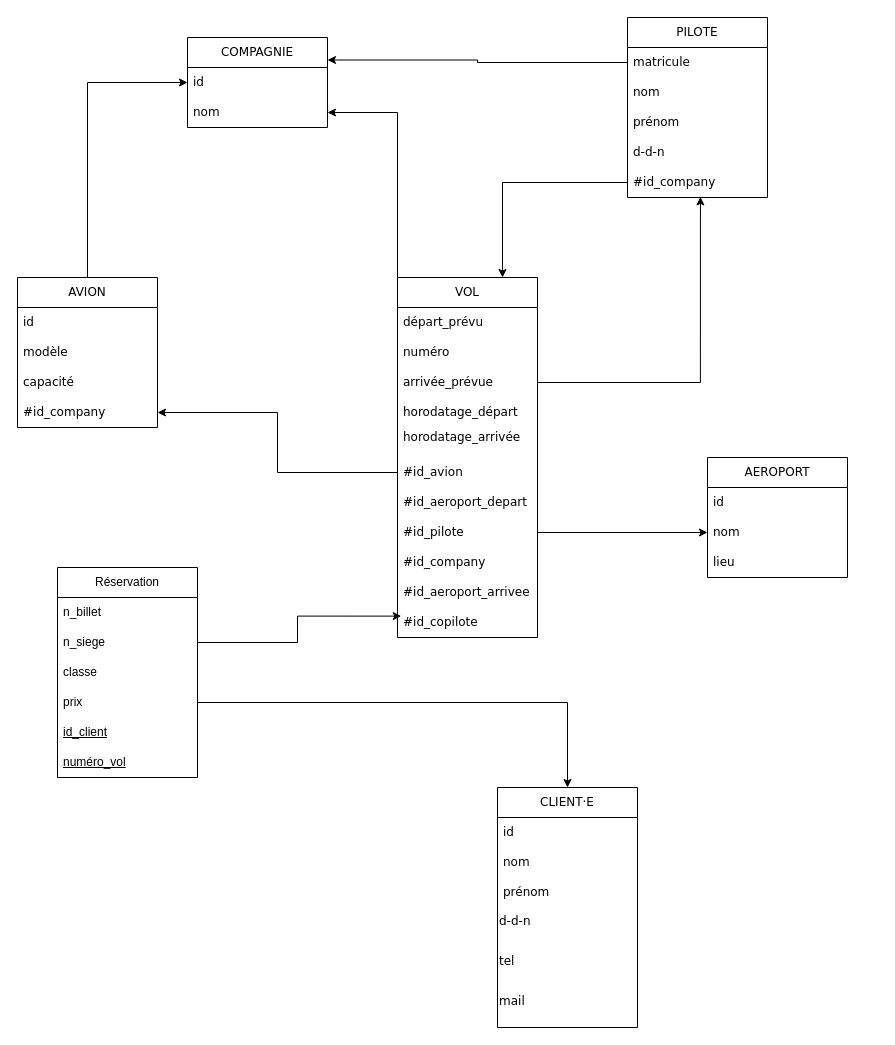
Earlier version of the draw.io diagram admin/Diagramme sans nom.drawio (Felania-f/supercar). Source tidied: cells renumbered, new cells numbered last; positions are measured from the earlier drawing's top-left corner, leaving out a move shared by most shapes. Both pictures are drawn from the tidied source at 100%, with x=0, y=0 at pixel (17, 17).
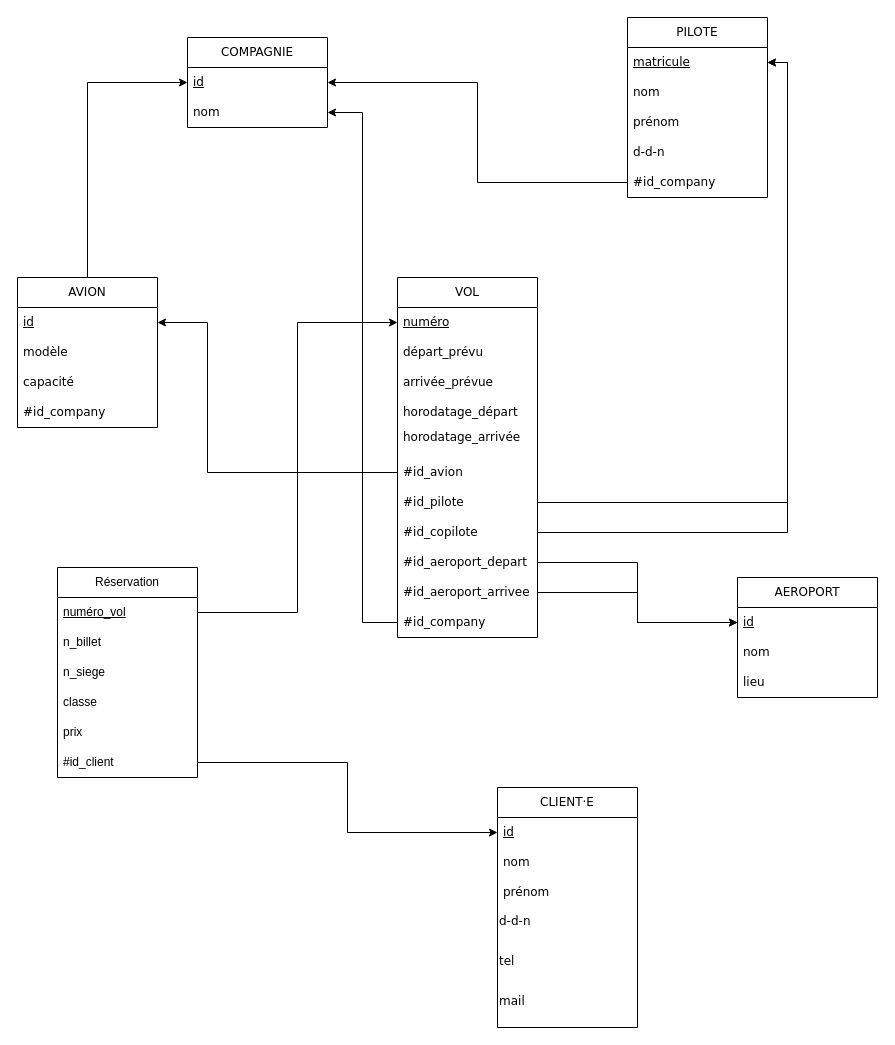
The same diagram, later.

Commit message (it also covers changes not shown here):
Mettre à jour Diagramme sans nom.drawio

The change refers to these unchanged cells:
```xml
<mxCell id="3" value="&lt;span style=&quot;font-family: Verdana; text-align: start; text-wrap: nowrap;&quot;&gt;VOL&lt;/span&gt;" style="swimlane;fontStyle=0;horizontal=1;startSize=30;whiteSpace=wrap;html=1;" parent="1" vertex="1">
  <mxGeometry x="380" y="260" width="140" height="360" as="geometry" />
</mxCell>
<mxCell id="6" value="&lt;span style=&quot;font-family: Verdana; text-wrap: nowrap;&quot;&gt;arrivée_prévue&lt;/span&gt;" style="text;strokeColor=none;fillColor=none;align=left;verticalAlign=middle;spacingLeft=4;spacingRight=4;overflow=hidden;points=[[0,0.5],[1,0.5]];portConstraint=eastwest;whiteSpace=wrap;html=1;" parent="3" vertex="1">
  <mxGeometry y="90" width="140" height="30" as="geometry" />
</mxCell>
<mxCell id="9" value="&lt;div&gt;&lt;font face=&quot;Verdana&quot;&gt;&lt;span style=&quot;text-wrap: nowrap;&quot;&gt;#id_avion&lt;/span&gt;&lt;/font&gt;&lt;/div&gt;" style="text;strokeColor=none;fillColor=none;align=left;verticalAlign=middle;spacingLeft=4;spacingRight=4;overflow=hidden;points=[[0,0.5],[1,0.5]];portConstraint=eastwest;whiteSpace=wrap;html=1;" parent="3" vertex="1">
  <mxGeometry y="180" width="140" height="30" as="geometry" />
</mxCell>
<mxCell id="15" value="&lt;span style=&quot;font-family: Verdana; text-align: start; text-wrap: nowrap;&quot;&gt;COMPAGNIE&lt;/span&gt;" style="swimlane;fontStyle=0;horizontal=1;startSize=30;whiteSpace=wrap;html=1;" parent="1" vertex="1">
  <mxGeometry x="170" y="20" width="140" height="90" as="geometry" />
</mxCell>
<mxCell id="17" value="&lt;span style=&quot;font-family: Verdana; text-wrap: nowrap;&quot;&gt;nom&lt;/span&gt;" style="text;strokeColor=none;fillColor=none;align=left;verticalAlign=middle;spacingLeft=4;spacingRight=4;overflow=hidden;points=[[0,0.5],[1,0.5]];portConstraint=eastwest;whiteSpace=wrap;html=1;" parent="15" vertex="1">
  <mxGeometry y="60" width="140" height="30" as="geometry" />
</mxCell>
<mxCell id="18" value="&lt;span style=&quot;font-family: Verdana; text-align: start; text-wrap: nowrap;&quot;&gt;PILOTE&lt;/span&gt;" style="swimlane;fontStyle=0;horizontal=1;startSize=30;whiteSpace=wrap;html=1;" parent="1" vertex="1">
  <mxGeometry x="610" width="140" height="180" as="geometry" />
</mxCell>
<mxCell id="23" value="&lt;font face=&quot;Verdana&quot;&gt;&lt;span style=&quot;text-wrap: nowrap;&quot;&gt;#id_company&lt;/span&gt;&lt;/font&gt;" style="text;strokeColor=none;fillColor=none;align=left;verticalAlign=middle;spacingLeft=4;spacingRight=4;overflow=hidden;points=[[0,0.5],[1,0.5]];portConstraint=eastwest;whiteSpace=wrap;html=1;" parent="18" vertex="1">
  <mxGeometry y="150" width="140" height="30" as="geometry" />
</mxCell>
<mxCell id="25" value="&lt;span style=&quot;font-family: Verdana; text-align: start; text-wrap: nowrap;&quot;&gt;AVION&lt;/span&gt;" style="swimlane;fontStyle=0;horizontal=1;startSize=30;whiteSpace=wrap;html=1;" parent="1" vertex="1">
  <mxGeometry y="260" width="140" height="150" as="geometry" />
</mxCell>
<mxCell id="29" value="&lt;font face=&quot;Verdana&quot;&gt;&lt;span style=&quot;text-wrap: nowrap;&quot;&gt;#id_company&lt;/span&gt;&lt;/font&gt;" style="text;strokeColor=none;fillColor=none;align=left;verticalAlign=middle;spacingLeft=4;spacingRight=4;overflow=hidden;points=[[0,0.5],[1,0.5]];portConstraint=eastwest;whiteSpace=wrap;html=1;" parent="25" vertex="1">
  <mxGeometry y="120" width="140" height="30" as="geometry" />
</mxCell>
<mxCell id="30" value="&lt;span style=&quot;font-family: Verdana; text-align: start; text-wrap: nowrap;&quot;&gt;CLIENT·E&lt;/span&gt;" style="swimlane;fontStyle=0;horizontal=1;startSize=30;whiteSpace=wrap;html=1;" parent="1" vertex="1">
  <mxGeometry x="480" y="770" width="140" height="240" as="geometry" />
</mxCell>
<mxCell id="39" value="&lt;span style=&quot;font-family: Verdana; text-wrap: nowrap;&quot;&gt;nom&lt;/span&gt;" style="text;strokeColor=none;fillColor=none;align=left;verticalAlign=middle;spacingLeft=4;spacingRight=4;overflow=hidden;points=[[0,0.5],[1,0.5]];portConstraint=eastwest;whiteSpace=wrap;html=1;" parent="37" vertex="1">
  <mxGeometry y="60" width="140" height="30" as="geometry" />
</mxCell>
<mxCell id="41" value="Réservation" style="swimlane;fontStyle=0;horizontal=1;startSize=30;whiteSpace=wrap;html=1;" parent="1" vertex="1">
  <mxGeometry x="40" y="550" width="140" height="210" as="geometry" />
</mxCell>
```

What changed in the source:
```diff
@@
-    <mxCell id="2" style="edgeStyle=orthogonalEdgeStyle;rounded=0;jettySize=auto;html=1;exitX=0;exitY=0;exitDx=0;exitDy=0;entryX=1;entryY=0.5;entryDx=0;entryDy=0;" parent="1" edge="1" source="3" target="17">
+    <mxCell id="2" style="edgeStyle=orthogonalEdgeStyle;rounded=0;jettySize=auto;html=1;exitX=0;exitY=0.5;exitDx=0;exitDy=0;entryX=1;entryY=0.5;entryDx=0;entryDy=0;" parent="1" edge="1" source="12" target="17">
       <mxGeometry relative="1" as="geometry" />
     </mxCell>
@@
+    <mxCell id="5" value="&lt;span style=&quot;font-family: Verdana; text-wrap: nowrap;&quot;&gt;&lt;u&gt;numéro&lt;/u&gt;&lt;/span&gt;" style="text;strokeColor=none;fillColor=none;align=left;verticalAlign=middle;spacingLeft=4;spacingRight=4;overflow=hidden;points=[[0,0.5],[1,0.5]];portConstraint=eastwest;whiteSpace=wrap;html=1;" parent="3" vertex="1">
+      <mxGeometry y="30" width="140" height="30" as="geometry" />
+    </mxCell>
     <mxCell id="4" value="&lt;span style=&quot;font-family: Verdana; text-wrap: nowrap;&quot;&gt;départ_prévu&lt;/span&gt;" style="text;strokeColor=none;fillColor=none;align=left;verticalAlign=middle;spacingLeft=4;spacingRight=4;overflow=hidden;whiteSpace=wrap;html=1;" parent="3" vertex="1">
-      <mxGeometry y="30" width="140" height="30" as="geometry" />
+      <mxGeometry y="60" width="140" height="30" as="geometry" />
     </mxCell>
-    <mxCell id="5" value="&lt;span style=&quot;font-family: Verdana; text-wrap: nowrap;&quot;&gt;numéro&lt;/span&gt;" style="text;strokeColor=none;fillColor=none;align=left;verticalAlign=middle;spacingLeft=4;spacingRight=4;overflow=hidden;points=[[0,0.5],[1,0.5]];portConstraint=eastwest;whiteSpace=wrap;html=1;" parent="3" vertex="1">
-      <mxGeometry y="60" width="140" height="30" as="geometry" />
-    </mxCell>
@@
+    <mxCell id="11" value="&lt;font face=&quot;Verdana&quot;&gt;&lt;span style=&quot;text-wrap: nowrap;&quot;&gt;#id_pilote&lt;/span&gt;&lt;/font&gt;" style="text;strokeColor=none;fillColor=none;align=left;verticalAlign=middle;spacingLeft=4;spacingRight=4;overflow=hidden;points=[[0,0.5],[1,0.5]];portConstraint=eastwest;whiteSpace=wrap;html=1;" parent="3" vertex="1">
+      <mxGeometry y="210" width="140" height="30" as="geometry" />
+    </mxCell>
+    <mxCell id="14" value="&lt;font face=&quot;Verdana&quot;&gt;&lt;span style=&quot;text-wrap: nowrap;&quot;&gt;#id_copilote&lt;/span&gt;&lt;/font&gt;" style="text;strokeColor=none;fillColor=none;align=left;verticalAlign=middle;spacingLeft=4;spacingRight=4;overflow=hidden;points=[[0,0.5],[1,0.5]];portConstraint=eastwest;whiteSpace=wrap;html=1;" parent="3" vertex="1">
+      <mxGeometry y="240" width="140" height="30" as="geometry" />
+    </mxCell>
     <mxCell id="10" value="&lt;font face=&quot;Verdana&quot;&gt;&lt;span style=&quot;text-wrap: nowrap;&quot;&gt;#id_aeroport_depart&lt;/span&gt;&lt;/font&gt;" style="text;strokeColor=none;fillColor=none;align=left;verticalAlign=middle;spacingLeft=4;spacingRight=4;overflow=hidden;points=[[0,0.5],[1,0.5]];portConstraint=eastwest;whiteSpace=wrap;html=1;" parent="3" vertex="1">
-      <mxGeometry y="210" width="140" height="30" as="geometry" />
+      <mxGeometry y="270" width="140" height="30" as="geometry" />
     </mxCell>
-    <mxCell id="11" value="&lt;font face=&quot;Verdana&quot;&gt;&lt;span style=&quot;text-wrap: nowrap;&quot;&gt;#id_pilote&lt;/span&gt;&lt;/font&gt;" style="text;strokeColor=none;fillColor=none;align=left;verticalAlign=middle;spacingLeft=4;spacingRight=4;overflow=hidden;points=[[0,0.5],[1,0.5]];portConstraint=eastwest;whiteSpace=wrap;html=1;" parent="3" vertex="1">
-      <mxGeometry y="240" width="140" height="30" as="geometry" />
-    </mxCell>
+    <mxCell id="13" value="&lt;font face=&quot;Verdana&quot;&gt;&lt;span style=&quot;text-wrap: nowrap;&quot;&gt;#id_aeroport_arrivee&lt;/span&gt;&lt;/font&gt;" style="text;strokeColor=none;fillColor=none;align=left;verticalAlign=middle;spacingLeft=4;spacingRight=4;overflow=hidden;points=[[0,0.5],[1,0.5]];portConstraint=eastwest;whiteSpace=wrap;html=1;" parent="3" vertex="1">
+      <mxGeometry y="300" width="140" height="30" as="geometry" />
+    </mxCell>
     <mxCell id="12" value="&lt;font face=&quot;Verdana&quot;&gt;&lt;span style=&quot;text-wrap: nowrap;&quot;&gt;#id_company&lt;/span&gt;&lt;/font&gt;" style="text;strokeColor=none;fillColor=none;align=left;verticalAlign=middle;spacingLeft=4;spacingRight=4;overflow=hidden;points=[[0,0.5],[1,0.5]];portConstraint=eastwest;whiteSpace=wrap;html=1;" parent="3" vertex="1">
-      <mxGeometry y="270" width="140" height="30" as="geometry" />
+      <mxGeometry y="330" width="140" height="30" as="geometry" />
     </mxCell>
-    <mxCell id="13" value="&lt;font face=&quot;Verdana&quot;&gt;&lt;span style=&quot;text-wrap: nowrap;&quot;&gt;#id_aeroport_arrivee&lt;/span&gt;&lt;/font&gt;" style="text;strokeColor=none;fillColor=none;align=left;verticalAlign=middle;spacingLeft=4;spacingRight=4;overflow=hidden;points=[[0,0.5],[1,0.5]];portConstraint=eastwest;whiteSpace=wrap;html=1;" parent="3" vertex="1">
-      <mxGeometry y="300" width="140" height="30" as="geometry" />
-    </mxCell>
-    <mxCell id="14" value="&lt;font face=&quot;Verdana&quot;&gt;&lt;span style=&quot;text-wrap: nowrap;&quot;&gt;#id_copilote&lt;/span&gt;&lt;/font&gt;" style="text;strokeColor=none;fillColor=none;align=left;verticalAlign=middle;spacingLeft=4;spacingRight=4;overflow=hidden;points=[[0,0.5],[1,0.5]];portConstraint=eastwest;whiteSpace=wrap;html=1;" parent="3" vertex="1">
-      <mxGeometry y="330" width="140" height="30" as="geometry" />
-    </mxCell>
@@
-    <mxCell id="16" value="&lt;span style=&quot;font-family: Verdana; text-wrap: nowrap;&quot;&gt;id&lt;/span&gt;" style="text;strokeColor=none;fillColor=none;align=left;verticalAlign=middle;spacingLeft=4;spacingRight=4;overflow=hidden;points=[[0,0.5],[1,0.5]];portConstraint=eastwest;whiteSpace=wrap;html=1;" parent="15" vertex="1">
+    <mxCell id="16" value="&lt;span style=&quot;font-family: Verdana; text-wrap: nowrap;&quot;&gt;&lt;u&gt;id&lt;/u&gt;&lt;/span&gt;" style="text;strokeColor=none;fillColor=none;align=left;verticalAlign=middle;spacingLeft=4;spacingRight=4;overflow=hidden;points=[[0,0.5],[1,0.5]];portConstraint=eastwest;whiteSpace=wrap;html=1;" parent="15" vertex="1">
       <mxGeometry y="30" width="140" height="30" as="geometry" />
     </mxCell>
@@
-    <mxCell id="19" value="&lt;span style=&quot;font-family: Verdana; text-wrap: nowrap;&quot;&gt;matricule&lt;/span&gt;" style="text;strokeColor=none;fillColor=none;align=left;verticalAlign=middle;spacingLeft=4;spacingRight=4;overflow=hidden;points=[[0,0.5],[1,0.5]];portConstraint=eastwest;whiteSpace=wrap;html=1;" parent="18" vertex="1">
+    <mxCell id="19" value="&lt;span style=&quot;font-family: Verdana; text-wrap: nowrap;&quot;&gt;&lt;u&gt;matricule&lt;/u&gt;&lt;/span&gt;" style="text;strokeColor=none;fillColor=none;align=left;verticalAlign=middle;spacingLeft=4;spacingRight=4;overflow=hidden;points=[[0,0.5],[1,0.5]];portConstraint=eastwest;whiteSpace=wrap;html=1;" parent="18" vertex="1">
       <mxGeometry y="30" width="140" height="30" as="geometry" />
     </mxCell>
@@
-    <mxCell id="26" value="&lt;span style=&quot;font-family: Verdana; text-wrap: nowrap;&quot;&gt;id&lt;/span&gt;" style="text;strokeColor=none;fillColor=none;align=left;verticalAlign=middle;spacingLeft=4;spacingRight=4;overflow=hidden;points=[[0,0.5],[1,0.5]];portConstraint=eastwest;whiteSpace=wrap;html=1;" parent="25" vertex="1">
+    <mxCell id="26" value="&lt;span style=&quot;font-family: Verdana; text-wrap: nowrap;&quot;&gt;&lt;u&gt;id&lt;/u&gt;&lt;/span&gt;" style="text;strokeColor=none;fillColor=none;align=left;verticalAlign=middle;spacingLeft=4;spacingRight=4;overflow=hidden;points=[[0,0.5],[1,0.5]];portConstraint=eastwest;whiteSpace=wrap;html=1;" parent="25" vertex="1">
       <mxGeometry y="30" width="140" height="30" as="geometry" />
     </mxCell>
@@
-    <mxCell id="31" value="&lt;span style=&quot;font-family: Verdana; text-wrap: nowrap;&quot;&gt;id&lt;/span&gt;" style="text;strokeColor=none;fillColor=none;align=left;verticalAlign=middle;spacingLeft=4;spacingRight=4;overflow=hidden;points=[[0,0.5],[1,0.5]];portConstraint=eastwest;whiteSpace=wrap;html=1;" parent="30" vertex="1">
+    <mxCell id="31" value="&lt;span style=&quot;font-family: Verdana; text-wrap: nowrap;&quot;&gt;&lt;u&gt;id&lt;/u&gt;&lt;/span&gt;" style="text;strokeColor=none;fillColor=none;align=left;verticalAlign=middle;spacingLeft=4;spacingRight=4;overflow=hidden;points=[[0,0.5],[1,0.5]];portConstraint=eastwest;whiteSpace=wrap;html=1;" parent="30" vertex="1">
       <mxGeometry y="30" width="140" height="30" as="geometry" />
     </mxCell>
@@
     <mxCell id="37" value="&lt;span style=&quot;font-family: Verdana; text-align: start; text-wrap: nowrap;&quot;&gt;AEROPORT&lt;/span&gt;" style="swimlane;fontStyle=0;horizontal=1;startSize=30;whiteSpace=wrap;html=1;" parent="1" vertex="1">
-      <mxGeometry x="690" y="440" width="140" height="120" as="geometry" />
+      <mxGeometry x="720" y="560" width="140" height="120" as="geometry" />
     </mxCell>
-    <mxCell id="38" value="&lt;span style=&quot;font-family: Verdana; text-wrap: nowrap;&quot;&gt;id&lt;/span&gt;" style="text;strokeColor=none;fillColor=none;align=left;verticalAlign=middle;spacingLeft=4;spacingRight=4;overflow=hidden;points=[[0,0.5],[1,0.5]];portConstraint=eastwest;whiteSpace=wrap;html=1;" parent="37" vertex="1">
+    <mxCell id="38" value="&lt;span style=&quot;font-family: Verdana; text-wrap: nowrap;&quot;&gt;&lt;u&gt;id&lt;/u&gt;&lt;/span&gt;" style="text;strokeColor=none;fillColor=none;align=left;verticalAlign=middle;spacingLeft=4;spacingRight=4;overflow=hidden;points=[[0,0.5],[1,0.5]];portConstraint=eastwest;whiteSpace=wrap;html=1;" parent="37" vertex="1">
       <mxGeometry y="30" width="140" height="30" as="geometry" />
     </mxCell>
@@
+    <mxCell id="47" value="&lt;u&gt;numéro_vol&lt;/u&gt;" style="text;strokeColor=none;fillColor=none;align=left;verticalAlign=middle;spacingLeft=4;spacingRight=4;overflow=hidden;points=[[0,0.5],[1,0.5]];portConstraint=eastwest;whiteSpace=wrap;html=1;" parent="41" vertex="1">
+      <mxGeometry y="30" width="140" height="30" as="geometry" />
+    </mxCell>
     <mxCell id="42" value="n_billet" style="text;strokeColor=none;fillColor=none;align=left;verticalAlign=middle;spacingLeft=4;spacingRight=4;overflow=hidden;whiteSpace=wrap;html=1;" parent="41" vertex="1">
-      <mxGeometry y="30" width="140" height="30" as="geometry" />
+      <mxGeometry y="60" width="140" height="30" as="geometry" />
     </mxCell>
     <mxCell id="43" value="n_siege" style="text;strokeColor=none;fillColor=none;align=left;verticalAlign=middle;spacingLeft=4;spacingRight=4;overflow=hidden;points=[[0,0.5],[1,0.5]];portConstraint=eastwest;whiteSpace=wrap;html=1;" parent="41" vertex="1">
-      <mxGeometry y="60" width="140" height="30" as="geometry" />
+      <mxGeometry y="90" width="140" height="30" as="geometry" />
     </mxCell>
     <mxCell id="44" value="classe" style="text;strokeColor=none;fillColor=none;align=left;verticalAlign=middle;spacingLeft=4;spacingRight=4;overflow=hidden;whiteSpace=wrap;html=1;" parent="41" vertex="1">
-      <mxGeometry y="90" width="140" height="30" as="geometry" />
+      <mxGeometry y="120" width="140" height="30" as="geometry" />
     </mxCell>
     <mxCell id="45" value="prix" style="text;strokeColor=none;fillColor=none;align=left;verticalAlign=middle;spacingLeft=4;spacingRight=4;overflow=hidden;points=[[0,0.5],[1,0.5]];portConstraint=eastwest;whiteSpace=wrap;html=1;" parent="41" vertex="1">
-      <mxGeometry y="120" width="140" height="30" as="geometry" />
+      <mxGeometry y="150" width="140" height="30" as="geometry" />
     </mxCell>
-    <mxCell id="46" value="&lt;u&gt;id_client&lt;/u&gt;" style="text;strokeColor=none;fillColor=none;align=left;verticalAlign=middle;spacingLeft=4;spacingRight=4;overflow=hidden;points=[[0,0.5],[1,0.5]];portConstraint=eastwest;whiteSpace=wrap;html=1;" parent="41" vertex="1">
-      <mxGeometry y="150" width="140" height="30" as="geometry" />
+    <mxCell id="46" value="#id_client" style="text;strokeColor=none;fillColor=none;align=left;verticalAlign=middle;spacingLeft=4;spacingRight=4;overflow=hidden;points=[[0,0.5],[1,0.5]];portConstraint=eastwest;whiteSpace=wrap;html=1;" parent="41" vertex="1">
+      <mxGeometry y="180" width="140" height="30" as="geometry" />
     </mxCell>
-    <mxCell id="47" value="&lt;u&gt;numéro_vol&lt;/u&gt;" style="text;strokeColor=none;fillColor=none;align=left;verticalAlign=middle;spacingLeft=4;spacingRight=4;overflow=hidden;points=[[0,0.5],[1,0.5]];portConstraint=eastwest;whiteSpace=wrap;html=1;" parent="41" vertex="1">
-      <mxGeometry y="180" width="140" height="30" as="geometry" />
-    </mxCell>
-    <mxCell id="48" style="edgeStyle=orthogonalEdgeStyle;rounded=0;jettySize=auto;html=1;exitX=1;exitY=0.5;exitDx=0;exitDy=0;entryX=0.521;entryY=0.98;entryDx=0;entryDy=0;entryPerimeter=0;" parent="1" edge="1" source="6" target="23">
-      <mxGeometry relative="1" as="geometry" />
-    </mxCell>
-    <mxCell id="49" style="edgeStyle=orthogonalEdgeStyle;rounded=0;jettySize=auto;html=1;exitX=1;exitY=0.5;exitDx=0;exitDy=0;entryX=0.5;entryY=0;entryDx=0;entryDy=0;" parent="1" edge="1" source="45" target="30">
-      <mxGeometry relative="1" as="geometry" />
-    </mxCell>
-    <mxCell id="50" style="edgeStyle=orthogonalEdgeStyle;rounded=0;jettySize=auto;html=1;exitX=1;exitY=0.5;exitDx=0;exitDy=0;entryX=0.027;entryY=0.287;entryDx=0;entryDy=0;entryPerimeter=0;" parent="1" edge="1" source="43" target="14">
-      <mxGeometry relative="1" as="geometry" />
-    </mxCell>
-    <mxCell id="51" style="edgeStyle=orthogonalEdgeStyle;rounded=0;jettySize=auto;html=1;exitX=0;exitY=0.5;exitDx=0;exitDy=0;entryX=1;entryY=0.5;entryDx=0;entryDy=0;" parent="1" edge="1" source="9" target="29">
-      <mxGeometry relative="1" as="geometry" />
-    </mxCell>
-    <mxCell id="52" style="edgeStyle=orthogonalEdgeStyle;rounded=0;jettySize=auto;html=1;exitX=1;exitY=0.5;exitDx=0;exitDy=0;entryX=0;entryY=0.5;entryDx=0;entryDy=0;" parent="1" edge="1" source="11" target="39">
-      <mxGeometry relative="1" as="geometry" />
-    </mxCell>
-    <mxCell id="53" style="edgeStyle=orthogonalEdgeStyle;rounded=0;jettySize=auto;html=1;exitX=0;exitY=0.5;exitDx=0;exitDy=0;entryX=1;entryY=0.25;entryDx=0;entryDy=0;" parent="1" edge="1" source="19" target="15">
+    <mxCell id="53" style="edgeStyle=orthogonalEdgeStyle;rounded=0;jettySize=auto;html=1;exitX=0;exitY=0.5;exitDx=0;exitDy=0;entryX=1;entryY=0.5;entryDx=0;entryDy=0;" parent="1" edge="1" source="23" target="16">
       <mxGeometry relative="1" as="geometry" />
     </mxCell>
-    <mxCell id="54" style="edgeStyle=orthogonalEdgeStyle;rounded=0;jettySize=auto;html=1;exitX=0;exitY=0.5;exitDx=0;exitDy=0;entryX=0.75;entryY=0;entryDx=0;entryDy=0;" parent="1" edge="1" source="23" target="3">
-      <mxGeometry relative="1" as="geometry" />
-    </mxCell>
+    <mxCell id="55" style="edgeStyle=orthogonalEdgeStyle;rounded=0;jettySize=auto;html=1;exitX=1;exitY=0.5;exitDx=0;exitDy=0;entryX=0;entryY=0.5;entryDx=0;entryDy=0;" parent="1" edge="1" source="10" target="38">
+      <mxGeometry relative="1" as="geometry" />
+    </mxCell>
+    <mxCell id="56" style="edgeStyle=orthogonalEdgeStyle;rounded=0;jettySize=auto;html=1;exitX=1;exitY=0.5;exitDx=0;exitDy=0;entryX=1;entryY=0.5;entryDx=0;entryDy=0;" parent="1" edge="1" source="11" target="19">
+      <mxGeometry relative="1" as="geometry">
+        <Array as="points">
+          <mxPoint x="770" y="485" />
+          <mxPoint x="770" y="45" />
+        </Array>
+      </mxGeometry>
+    </mxCell>
+    <mxCell id="57" style="edgeStyle=orthogonalEdgeStyle;rounded=0;jettySize=auto;html=1;exitX=1;exitY=0.5;exitDx=0;exitDy=0;entryX=0;entryY=0.5;entryDx=0;entryDy=0;" parent="1" edge="1" source="13" target="38">
+      <mxGeometry relative="1" as="geometry" />
+    </mxCell>
+    <mxCell id="58" style="edgeStyle=orthogonalEdgeStyle;rounded=0;jettySize=auto;html=1;exitX=1;exitY=0.5;exitDx=0;exitDy=0;entryX=0;entryY=0.5;entryDx=0;entryDy=0;" parent="1" edge="1" source="47" target="5">
+      <mxGeometry relative="1" as="geometry" />
+    </mxCell>
+    <mxCell id="59" style="edgeStyle=orthogonalEdgeStyle;rounded=0;jettySize=auto;html=1;exitX=1;exitY=0.5;exitDx=0;exitDy=0;entryX=0;entryY=0.5;entryDx=0;entryDy=0;" parent="1" edge="1" source="46" target="31">
+      <mxGeometry relative="1" as="geometry" />
+    </mxCell>
+    <mxCell id="60" style="edgeStyle=orthogonalEdgeStyle;rounded=0;jettySize=auto;html=1;exitX=0;exitY=0.5;exitDx=0;exitDy=0;entryX=1;entryY=0.5;entryDx=0;entryDy=0;" parent="1" edge="1" source="9" target="26">
+      <mxGeometry relative="1" as="geometry">
+        <Array as="points">
+          <mxPoint x="190" y="455" />
+          <mxPoint x="190" y="305" />
+        </Array>
+      </mxGeometry>
+    </mxCell>
+    <mxCell id="61" style="edgeStyle=orthogonalEdgeStyle;rounded=0;jettySize=auto;html=1;exitX=1;exitY=0.5;exitDx=0;exitDy=0;entryX=1;entryY=0.5;entryDx=0;entryDy=0;" parent="1" edge="1" source="14" target="19">
+      <mxGeometry relative="1" as="geometry" />
+    </mxCell>
```
